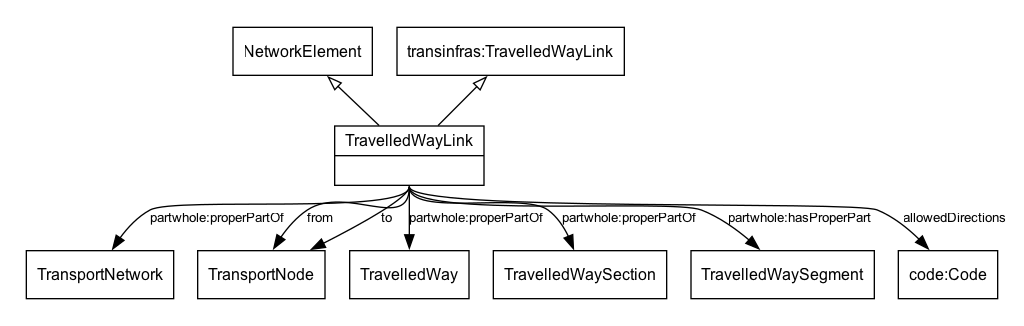
Before: docs/diagrams/TravelledWayLink.png, a diagram exported from Graphviz (k-vaughn/5087). Its source is kept beside it as docs/diagrams/TravelledWayLink.dot.
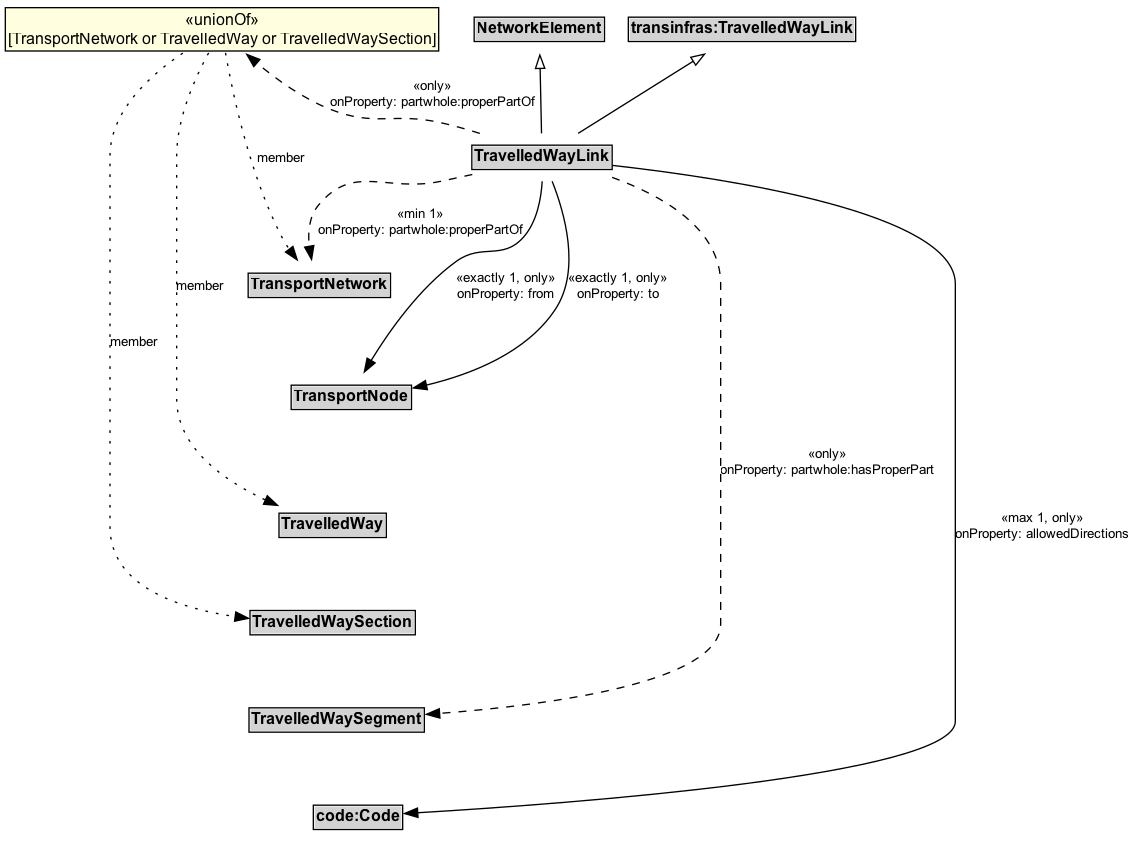
The same file after the commit.

What changed in the source:
```diff
@@ -1,32 +1,40 @@
 digraph {
-	graph [overlap=false splines=true]
-	node [fontname=Arial fontsize=12 shape=record]
+	graph [overlap=false rankdir=TB splines=true]
+	node [fontname=Arial fontsize=12 margin=0 shape=none]
 	edge [fontname=Arial fontsize=10]
-	subgraph cluster_main {
-		rankdir=TB style=invis
-		NetworkElement [label=NetworkElement]
-		transinfras_TravelledWayLink [label="transinfras:TravelledWayLink"]
-		{
-			rank=max
-			TravelledWayLink [label="{TravelledWayLink|}"]
-		}
-		TravelledWayLink -> NetworkElement [arrowhead=onormal style=solid]
-		TravelledWayLink -> transinfras_TravelledWayLink [arrowhead=onormal style=solid]
+	NetworkElement [label=<<TABLE BORDER="1" CELLBORDER="0" CELLSPACING="0" CELLPADDING="1"><TR><TD BGCOLOR="lightgray" ALIGN="CENTER"><B>NetworkElement</B></TD></TR></TABLE>> margin=0]
+	transinfras_TravelledWayLink [label=<<TABLE BORDER="1" CELLBORDER="0" CELLSPACING="0" CELLPADDING="1"><TR><TD BGCOLOR="lightgray" ALIGN="CENTER"><B>transinfras:TravelledWayLink</B></TD></TR></TABLE>> margin=0]
+	{
+		rank=max
+		TravelledWayLink [label=<<TABLE BORDER="1" CELLBORDER="0" CELLSPACING="0" CELLPADDING="1"><TR><TD BGCOLOR="lightgray" ALIGN="CENTER" PORT="e"><B>TravelledWayLink</B></TD></TR></TABLE>> margin=0]
 	}
-	subgraph cluster_others {
-		style=invis
-		TransportNetwork [label=TransportNetwork]
-		TransportNode [label=TransportNode]
-		TravelledWay [label=TravelledWay]
-		TravelledWaySection [label=TravelledWaySection]
-		TravelledWaySegment [label=TravelledWaySegment]
-		code_Code [label="code:Code"]
+	subgraph cluster_associated {
+		label="" style=invis
+		Invis [label=<<TABLE BORDER="0" CELLBORDER="0" CELLSPACING="0" CELLPADDING="1"><TR><TD></TD></TR></TABLE>> margin=0 style=invis]
+		TransportNetwork [label=<<TABLE BORDER="1" CELLBORDER="0" CELLSPACING="0" CELLPADDING="1"><TR><TD BGCOLOR="lightgray" ALIGN="CENTER"><B>TransportNetwork</B></TD></TR></TABLE>> margin=0]
+		TransportNode [label=<<TABLE BORDER="1" CELLBORDER="0" CELLSPACING="0" CELLPADDING="1"><TR><TD BGCOLOR="lightgray" ALIGN="CENTER"><B>TransportNode</B></TD></TR></TABLE>> margin=0]
+		TravelledWay [label=<<TABLE BORDER="1" CELLBORDER="0" CELLSPACING="0" CELLPADDING="1"><TR><TD BGCOLOR="lightgray" ALIGN="CENTER"><B>TravelledWay</B></TD></TR></TABLE>> margin=0]
+		TravelledWaySection [label=<<TABLE BORDER="1" CELLBORDER="0" CELLSPACING="0" CELLPADDING="1"><TR><TD BGCOLOR="lightgray" ALIGN="CENTER"><B>TravelledWaySection</B></TD></TR></TABLE>> margin=0]
+		TravelledWaySegment [label=<<TABLE BORDER="1" CELLBORDER="0" CELLSPACING="0" CELLPADDING="1"><TR><TD BGCOLOR="lightgray" ALIGN="CENTER"><B>TravelledWaySegment</B></TD></TR></TABLE>> margin=0]
+		code_Code [label=<<TABLE BORDER="1" CELLBORDER="0" CELLSPACING="0" CELLPADDING="1"><TR><TD BGCOLOR="lightgray" ALIGN="CENTER"><B>code:Code</B></TD></TR></TABLE>> margin=0]
 	}
-	TravelledWayLink:s -> TravelledWaySegment [label="partwhole:hasProperPart"]
-	TravelledWayLink:s -> TravelledWay [label="partwhole:properPartOf"]
-	TravelledWayLink:s -> TravelledWaySection [label="partwhole:properPartOf"]
-	TravelledWayLink:s -> TransportNetwork [label="partwhole:properPartOf"]
-	TravelledWayLink:s -> TransportNode [label=from]
-	TravelledWayLink:s -> TransportNode [label=to]
-	TravelledWayLink:s -> code_Code [label=allowedDirections]
+	TravelledWayLink -> NetworkElement [arrowhead=onormal style=solid]
+	TravelledWayLink -> transinfras_TravelledWayLink [arrowhead=onormal style=solid]
+	TravelledWayLink -> Invis [style=invis]
+	Invis -> TransportNetwork [style=invis]
+	TransportNetwork -> TransportNode [style=invis]
+	TransportNode -> TravelledWay [style=invis]
+	TravelledWay -> TravelledWaySection [style=invis]
+	TravelledWaySection -> TravelledWaySegment [style=invis]
+	TravelledWaySegment -> code_Code [style=invis]
+	TravelledWayLink -> code_Code [label="«max 1, only»\nonProperty: allowedDirections" arrowhead=normal style=solid]
+	TravelledWayLink -> TransportNode [label="«exactly 1, only»\nonProperty: from" arrowhead=normal style=solid]
+	TravelledWayLink -> TransportNode [label="«exactly 1, only»\nonProperty: to" arrowhead=normal style=solid]
+	TravelledWayLink -> TravelledWaySegment [label="«only»\nonProperty: partwhole:hasProperPart" arrowhead=normal style=dashed]
+	Union_partwhole_properPartOf [label=<<TABLE BORDER="1" CELLBORDER="0" CELLSPACING="0" CELLPADDING="1" BGCOLOR="lightyellow"><TR><TD ALIGN="CENTER">«unionOf»<BR/>[TransportNetwork or TravelledWay or TravelledWaySection]</TD></TR></TABLE>> margin=0]
+	Union_partwhole_properPartOf -> TransportNetwork [label=member arrowhead=normal style=dotted]
+	Union_partwhole_properPartOf -> TravelledWay [label=member arrowhead=normal style=dotted]
+	Union_partwhole_properPartOf -> TravelledWaySection [label=member arrowhead=normal style=dotted]
+	TravelledWayLink -> Union_partwhole_properPartOf [label="«only»\nonProperty: partwhole:properPartOf" arrowhead=normal style=dashed]
+	TravelledWayLink -> TransportNetwork [label="«min 1»\nonProperty: partwhole:properPartOf" arrowhead=normal style=dashed]
 }
```
